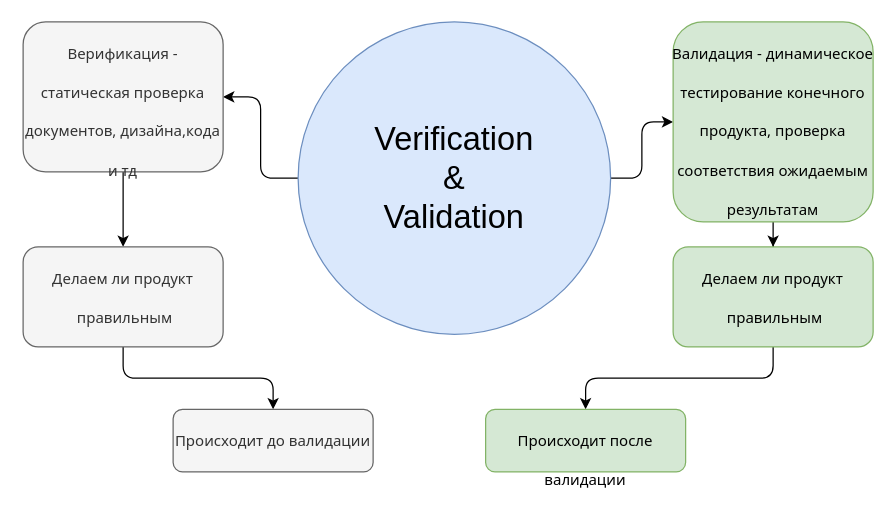
Earlier version of the draw.io diagram Verification&Validation.drawio (dimaevan/Diagrams). Source tidied: cells renumbered, new cells numbered last; positions are measured from the earlier drawing's top-left corner, leaving out a move shared by most shapes. Both pictures are drawn from the tidied source at 125%, with x=0, y=0 at pixel (22, 21).
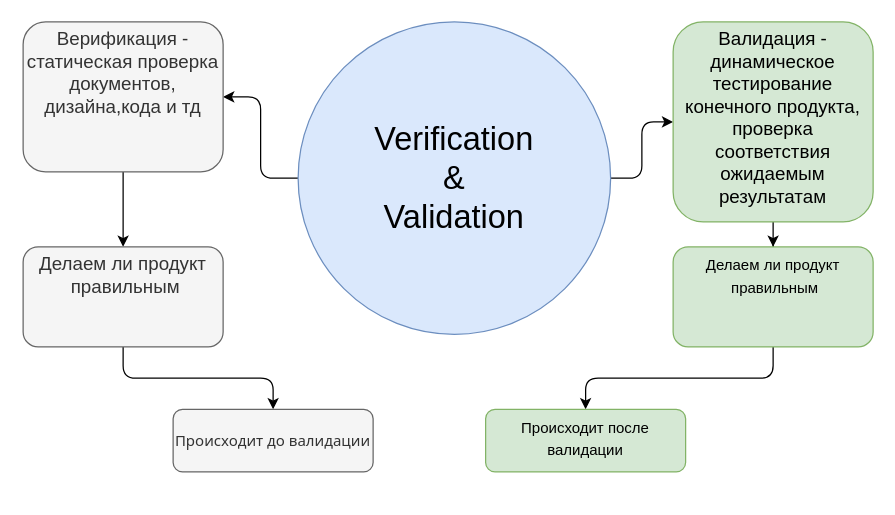
Above is the later version.

Change to the diagram source:
```diff
@@
 <mxGraphModel>
   <root>
     <mxCell id="0" />
     <mxCell id="1" parent="0" />
     <mxCell id="2" style="edgeStyle=orthogonalEdgeStyle;rounded=1;jettySize=auto;html=1;entryX=1;entryY=0.5;entryDx=0;entryDy=0;fontFamily=Tahoma;fontSize=12;" parent="1" edge="1" source="4" target="11">
       <mxGeometry relative="1" as="geometry" />
     </mxCell>
     <mxCell id="3" style="edgeStyle=orthogonalEdgeStyle;rounded=1;jettySize=auto;html=1;exitX=1;exitY=0.5;exitDx=0;exitDy=0;entryX=0;entryY=0.5;entryDx=0;entryDy=0;fontFamily=Tahoma;fontSize=12;" parent="1" edge="1" source="4" target="6">
       <mxGeometry relative="1" as="geometry" />
     </mxCell>
     <mxCell id="4" value="&lt;font style=&quot;font-size: 26px;&quot;&gt;Verification&lt;br&gt;&amp;amp;&lt;br&gt;Validation&lt;/font&gt;" style="ellipse;whiteSpace=wrap;html=1;fillColor=#dae8fc;strokeColor=#6c8ebf;" parent="1" vertex="1">
       <mxGeometry x="220" width="250" height="250" as="geometry" />
     </mxCell>
     <mxCell id="5" style="edgeStyle=orthogonalEdgeStyle;rounded=0;jettySize=auto;html=1;fontFamily=Tahoma;fontSize=12;" parent="1" edge="1" source="6" target="8">
       <mxGeometry relative="1" as="geometry" />
     </mxCell>
-    <mxCell id="6" value="&lt;font style=&quot;font-size: 12px;&quot;&gt;Валидация - динамическое тестирование конечного продукта, проверка соответствия ожидаемым результатам&lt;/font&gt;" style="rounded=1;fontSize=26;fontFamily=Tahoma;horizontal=1;verticalAlign=top;spacing=0;whiteSpace=wrap;html=1;fillColor=#d5e8d4;strokeColor=#82b366;" parent="1" vertex="1">
+    <mxCell id="6" value="&lt;font style=&quot;font-size: 15px;&quot;&gt;Валидация - динамическое тестирование конечного продукта, проверка соответствия ожидаемым результатам&lt;/font&gt;" style="rounded=1;fontSize=15;fontFamily=Helvetica;horizontal=1;verticalAlign=top;spacing=0;whiteSpace=wrap;html=1;fillColor=#d5e8d4;strokeColor=#82b366;spacingLeft=3;spacingRight=3;" parent="1" vertex="1">
       <mxGeometry x="520" width="160" height="160" as="geometry" />
     </mxCell>
     <mxCell id="7" style="edgeStyle=orthogonalEdgeStyle;rounded=1;jettySize=auto;html=1;fontFamily=Tahoma;fontSize=12;" parent="1" edge="1" source="8" target="9">
       <mxGeometry relative="1" as="geometry" />
     </mxCell>
-    <mxCell id="8" value="&lt;font style=&quot;font-size: 12px;&quot;&gt;Делаем ли продукт&lt;br&gt;&amp;nbsp;правильным&lt;/font&gt;" style="rounded=1;fontSize=26;fontFamily=Tahoma;horizontal=1;verticalAlign=top;spacing=0;whiteSpace=wrap;html=1;fillColor=#d5e8d4;strokeColor=#82b366;" parent="1" vertex="1">
+    <mxCell id="8" value="&lt;font style=&quot;font-size: 12px;&quot;&gt;Делаем ли продукт&lt;br&gt;&amp;nbsp;правильным&lt;/font&gt;" style="rounded=1;fontSize=15;fontFamily=Helvetica;horizontal=1;verticalAlign=top;spacing=0;whiteSpace=wrap;html=1;fillColor=#d5e8d4;strokeColor=#82b366;spacingLeft=3;spacingRight=3;" parent="1" vertex="1">
       <mxGeometry x="520" y="180" width="160" height="80" as="geometry" />
     </mxCell>
-    <mxCell id="9" value="&lt;span style=&quot;font-size: 12px;&quot;&gt;Происходит после валидации&lt;/span&gt;" style="rounded=1;fontSize=26;fontFamily=Tahoma;horizontal=1;verticalAlign=top;spacing=0;whiteSpace=wrap;html=1;fillColor=#d5e8d4;strokeColor=#82b366;" parent="1" vertex="1">
+    <mxCell id="9" value="&lt;span style=&quot;font-size: 12px;&quot;&gt;Происходит после валидации&lt;/span&gt;" style="rounded=1;fontSize=15;fontFamily=Helvetica;horizontal=1;verticalAlign=top;spacing=0;whiteSpace=wrap;html=1;fillColor=#d5e8d4;strokeColor=#82b366;spacingLeft=3;spacingRight=3;" parent="1" vertex="1">
       <mxGeometry x="370" y="310" width="160" height="50" as="geometry" />
     </mxCell>
     <mxCell id="10" style="edgeStyle=orthogonalEdgeStyle;rounded=0;jettySize=auto;html=1;fontFamily=Tahoma;fontSize=12;" parent="1" edge="1" source="11" target="13">
       <mxGeometry relative="1" as="geometry" />
     </mxCell>
-    <mxCell id="11" value="&lt;font style=&quot;font-size: 12px;&quot;&gt;Верификация - статическая проверка документов, дизайна,кода и тд&lt;/font&gt;" style="rounded=1;fontSize=26;fontFamily=Tahoma;horizontal=1;verticalAlign=top;spacing=0;whiteSpace=wrap;html=1;fontStyle=0;fillColor=#f5f5f5;fontColor=#333333;strokeColor=#666666;" parent="1" vertex="1">
+    <mxCell id="11" value="&lt;font style=&quot;font-size: 15px;&quot;&gt;Верификация - статическая проверка документов, дизайна,кода и тд&lt;/font&gt;" style="rounded=1;fontSize=15;fontFamily=Helvetica;horizontal=1;verticalAlign=top;spacing=0;whiteSpace=wrap;html=1;fontStyle=0;fillColor=#f5f5f5;fontColor=#333333;strokeColor=#666666;spacingLeft=3;spacingRight=3;" parent="1" vertex="1">
       <mxGeometry width="160" height="120" as="geometry" />
     </mxCell>
     <mxCell id="12" style="edgeStyle=orthogonalEdgeStyle;rounded=1;jettySize=auto;html=1;fontFamily=Tahoma;fontSize=12;" parent="1" edge="1" source="13" target="14">
       <mxGeometry relative="1" as="geometry" />
     </mxCell>
-    <mxCell id="13" value="&lt;font style=&quot;font-size: 12px;&quot;&gt;Делаем ли продукт&lt;br&gt;&amp;nbsp;правильным&lt;/font&gt;" style="rounded=1;fontSize=26;fontFamily=Tahoma;horizontal=1;verticalAlign=top;spacing=0;whiteSpace=wrap;html=1;fontStyle=0;fillColor=#f5f5f5;fontColor=#333333;strokeColor=#666666;" parent="1" vertex="1">
+    <mxCell id="13" value="&lt;font style=&quot;font-size: 15px;&quot;&gt;Делаем ли продукт&lt;br style=&quot;font-size: 15px;&quot;&gt;&amp;nbsp;правильным&lt;/font&gt;" style="rounded=1;fontSize=15;fontFamily=Helvetica;horizontal=1;verticalAlign=top;spacing=0;whiteSpace=wrap;html=1;fontStyle=0;fillColor=#f5f5f5;fontColor=#333333;strokeColor=#666666;" parent="1" vertex="1">
       <mxGeometry y="180" width="160" height="80" as="geometry" />
     </mxCell>
     <mxCell id="14" value="&lt;span style=&quot;font-size: 12px;&quot;&gt;Происходит до валидации&lt;/span&gt;" style="rounded=1;fontSize=26;fontFamily=Tahoma;horizontal=1;verticalAlign=top;spacing=0;whiteSpace=wrap;html=1;fontStyle=0;fillColor=#f5f5f5;fontColor=#333333;strokeColor=#666666;" parent="1" vertex="1">
       <mxGeometry x="120" y="310" width="160" height="50" as="geometry" />
     </mxCell>
   </root>
 </mxGraphModel>
```
